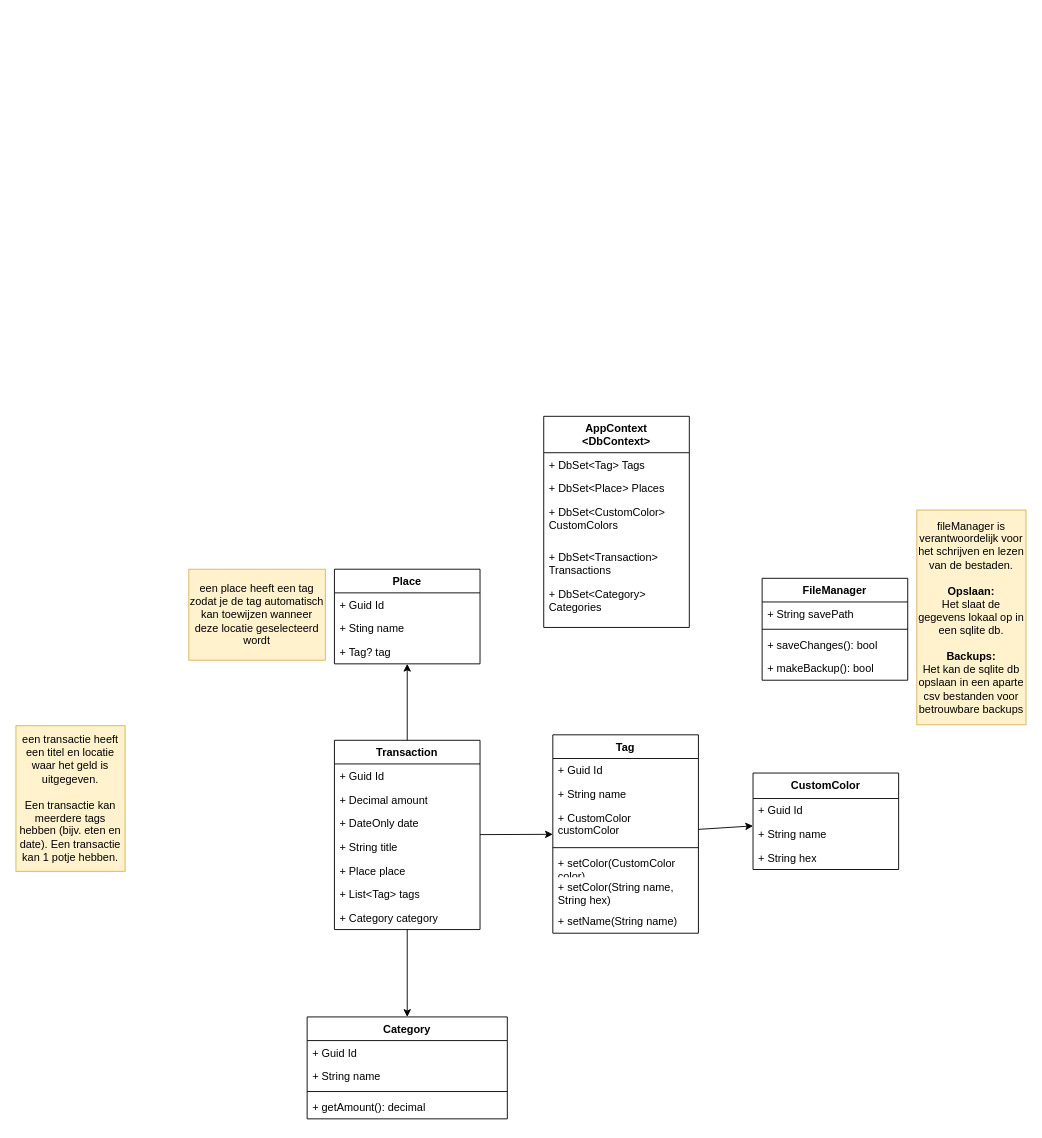
Earlier version of the draw.io diagram class-diagram.drawio (RubenZwinkels/ROOS). Source tidied: cells renumbered, new cells numbered last; positions are measured from the earlier drawing's top-left corner, leaving out a move shared by most shapes. Both pictures are drawn from the tidied source at 91%, with x=0, y=0 at pixel (15, 416).
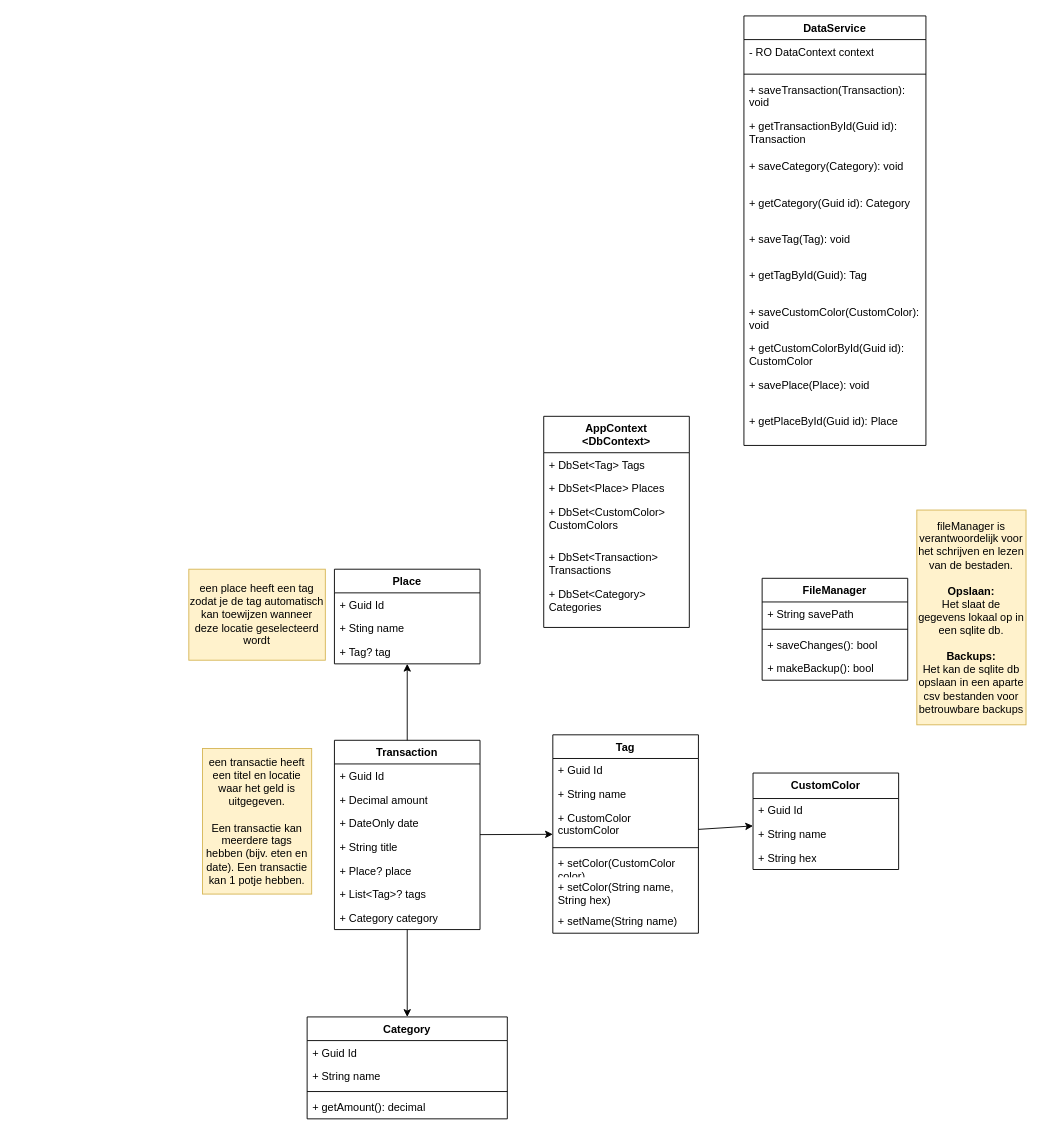
Above is the later version.

Commit message (it also covers changes not shown here):
#10 refactor transaction optionals

The change refers to these unchanged cells:
```xml
<mxCell id="7" value="Transaction" style="swimlane;fontStyle=1;align=center;verticalAlign=top;horizontal=1;startSize=26;whiteSpace=wrap;html=1;" parent="1" vertex="1">
  <mxGeometry x="350" y="356" width="160" height="208" as="geometry" />
</mxCell>
```

What changed in the source:
```diff
@@
-    <mxCell id="12" value="+ Place place" style="text;strokeColor=none;fillColor=none;align=left;verticalAlign=top;spacingLeft=4;spacingRight=4;overflow=hidden;whiteSpace=wrap;html=1;" parent="7" vertex="1">
+    <mxCell id="12" value="+ Place? place" style="text;strokeColor=none;fillColor=none;align=left;verticalAlign=top;spacingLeft=4;spacingRight=4;overflow=hidden;whiteSpace=wrap;html=1;" parent="7" vertex="1">
       <mxGeometry y="130" width="160" height="26" as="geometry" />
     </mxCell>
-    <mxCell id="13" value="+ List&amp;lt;Tag&amp;gt; tags" style="text;strokeColor=none;fillColor=none;align=left;verticalAlign=top;spacingLeft=4;spacingRight=4;overflow=hidden;whiteSpace=wrap;html=1;" parent="7" vertex="1">
+    <mxCell id="13" value="+ List&amp;lt;Tag&amp;gt;? tags" style="text;strokeColor=none;fillColor=none;align=left;verticalAlign=top;spacingLeft=4;spacingRight=4;overflow=hidden;whiteSpace=wrap;html=1;" parent="7" vertex="1">
       <mxGeometry y="156" width="160" height="26" as="geometry" />
     </mxCell>
@@
     <mxCell id="23" value="een transactie heeft een titel en locatie waar het geld is uitgegeven.&lt;div&gt;&lt;br&gt;&lt;/div&gt;&lt;div&gt;Een transactie kan meerdere tags hebben (bijv. eten en date). Een transactie kan 1 potje hebben.&lt;/div&gt;" style="rounded=0;whiteSpace=wrap;html=1;fillColor=#fff2cc;strokeColor=#d6b656;" parent="1" vertex="1">
-      <mxGeometry y="340" width="120" height="160" as="geometry" />
+      <mxGeometry x="205" y="365" width="120" height="160" as="geometry" />
     </mxCell>
@@
+    <mxCell id="49" value="DataService" style="swimlane;fontStyle=1;align=center;verticalAlign=top;horizontal=1;startSize=26;whiteSpace=wrap;html=1;" parent="1" vertex="1">
+      <mxGeometry x="800" y="-440" width="200" height="472" as="geometry" />
+    </mxCell>
+    <mxCell id="50" value="- RO DataContext context" style="text;strokeColor=none;fillColor=none;align=left;verticalAlign=top;spacingLeft=4;spacingRight=4;overflow=hidden;whiteSpace=wrap;html=1;" parent="49" vertex="1">
+      <mxGeometry y="26" width="200" height="34" as="geometry" />
+    </mxCell>
+    <mxCell id="51" style="line;strokeWidth=1;fillColor=none;align=left;verticalAlign=middle;spacingTop=-1;spacingLeft=3;spacingRight=3;labelPosition=right;strokeColor=inherit;" parent="49" vertex="1">
+      <mxGeometry y="60" width="200" height="8" as="geometry" />
+    </mxCell>
+    <mxCell id="52" value="+ saveTransaction(Transaction): void" style="text;strokeColor=none;fillColor=none;align=left;verticalAlign=top;spacingLeft=4;spacingRight=4;overflow=hidden;whiteSpace=wrap;html=1;" parent="49" vertex="1">
+      <mxGeometry y="68" width="200" height="40" as="geometry" />
+    </mxCell>
+    <mxCell id="53" value="+ getTransactionById(Guid id): Transaction" style="text;strokeColor=none;fillColor=none;align=left;verticalAlign=top;spacingLeft=4;spacingRight=4;overflow=hidden;whiteSpace=wrap;html=1;" parent="49" vertex="1">
+      <mxGeometry y="108" width="200" height="44" as="geometry" />
+    </mxCell>
+    <mxCell id="54" value="+ saveCategory(Category): void" style="text;strokeColor=none;fillColor=none;align=left;verticalAlign=top;spacingLeft=4;spacingRight=4;overflow=hidden;whiteSpace=wrap;html=1;" parent="49" vertex="1">
+      <mxGeometry y="152" width="200" height="40" as="geometry" />
+    </mxCell>
+    <mxCell id="55" value="+ getCategory(Guid id): Category" style="text;strokeColor=none;fillColor=none;align=left;verticalAlign=top;spacingLeft=4;spacingRight=4;overflow=hidden;whiteSpace=wrap;html=1;" parent="49" vertex="1">
+      <mxGeometry y="192" width="200" height="40" as="geometry" />
+    </mxCell>
+    <mxCell id="56" value="+ saveTag(Tag): void" style="text;strokeColor=none;fillColor=none;align=left;verticalAlign=top;spacingLeft=4;spacingRight=4;overflow=hidden;whiteSpace=wrap;html=1;" parent="49" vertex="1">
+      <mxGeometry y="232" width="200" height="40" as="geometry" />
+    </mxCell>
+    <mxCell id="57" value="+ getTagById(Guid): Tag" style="text;strokeColor=none;fillColor=none;align=left;verticalAlign=top;spacingLeft=4;spacingRight=4;overflow=hidden;whiteSpace=wrap;html=1;" parent="49" vertex="1">
+      <mxGeometry y="272" width="200" height="40" as="geometry" />
+    </mxCell>
+    <mxCell id="58" value="+ saveCustomColor(CustomColor): void" style="text;strokeColor=none;fillColor=none;align=left;verticalAlign=top;spacingLeft=4;spacingRight=4;overflow=hidden;whiteSpace=wrap;html=1;" parent="49" vertex="1">
+      <mxGeometry y="312" width="200" height="40" as="geometry" />
+    </mxCell>
+    <mxCell id="59" value="+ getCustomColorById(Guid id): CustomColor" style="text;strokeColor=none;fillColor=none;align=left;verticalAlign=top;spacingLeft=4;spacingRight=4;overflow=hidden;whiteSpace=wrap;html=1;" parent="49" vertex="1">
+      <mxGeometry y="352" width="200" height="40" as="geometry" />
+    </mxCell>
+    <mxCell id="60" value="+ savePlace(Place): void" style="text;strokeColor=none;fillColor=none;align=left;verticalAlign=top;spacingLeft=4;spacingRight=4;overflow=hidden;whiteSpace=wrap;html=1;" parent="49" vertex="1">
+      <mxGeometry y="392" width="200" height="40" as="geometry" />
+    </mxCell>
+    <mxCell id="61" value="+ getPlaceById(Guid id): Place" style="text;strokeColor=none;fillColor=none;align=left;verticalAlign=top;spacingLeft=4;spacingRight=4;overflow=hidden;whiteSpace=wrap;html=1;" parent="49" vertex="1">
+      <mxGeometry y="432" width="200" height="40" as="geometry" />
+    </mxCell>
```
